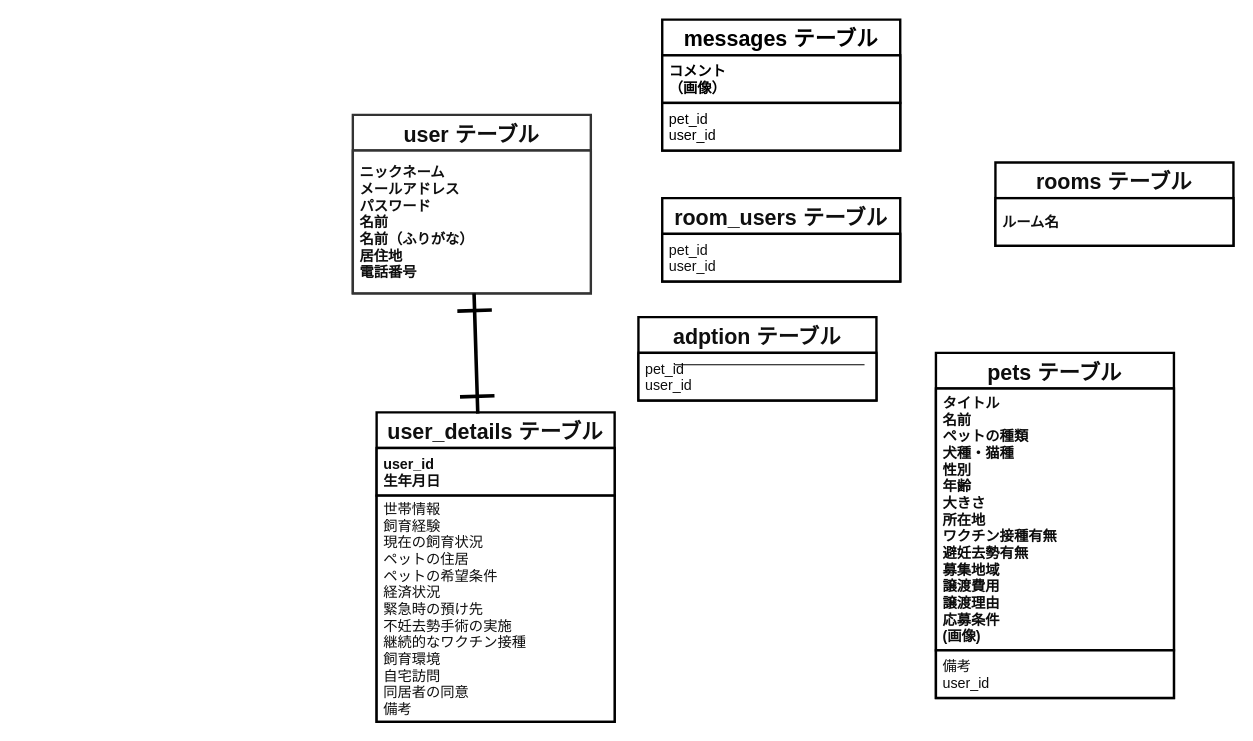
Above: ER.dio in aya-tsubono/share-pets (draw.io), before the change. Source tidied: cells renumbered, new cells numbered last; positions are measured from the earlier drawing's top-left corner, leaving out a move shared by most shapes. Both pictures are drawn from the tidied source at 119%, with x=0, y=0 at pixel (352, 19).
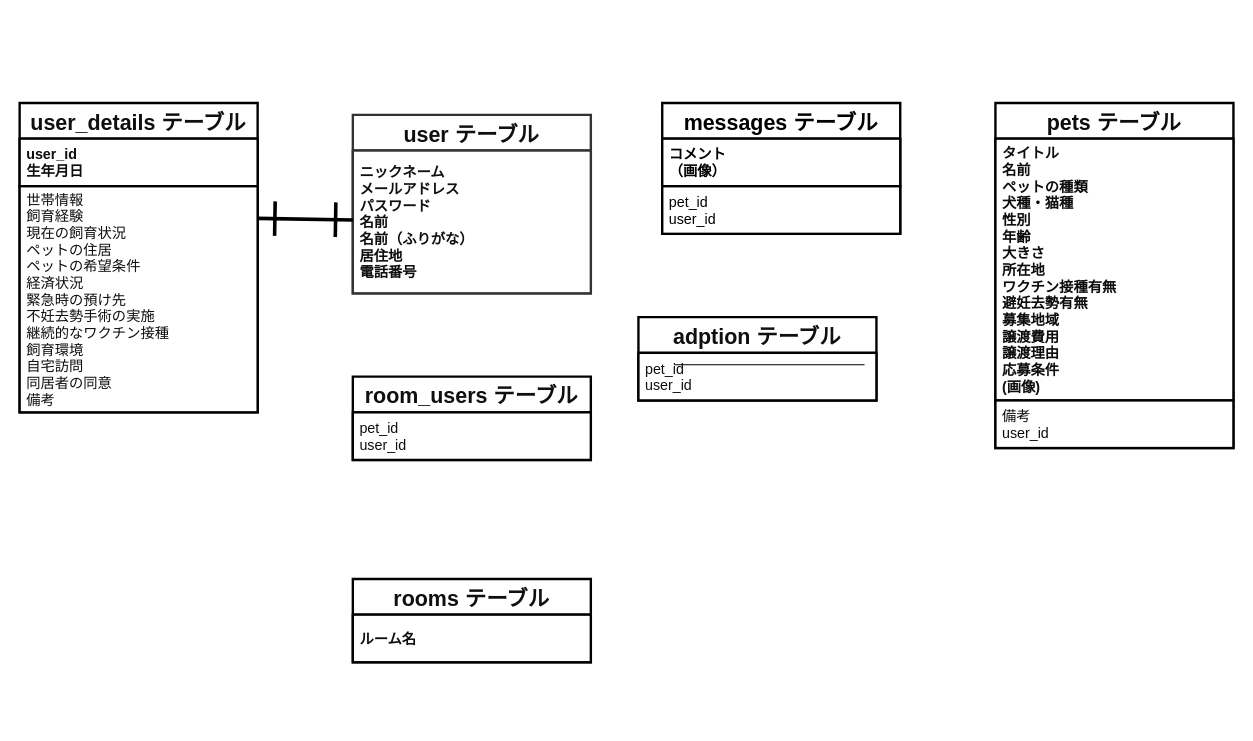
The same diagram, later.

Unchanged cells that the change refers to:
```xml
<mxCell id="3" value="ニックネーム&#10;メールアドレス&#10;パスワード&#10;名前&#10;名前（ふりがな）&#10;居住地&#10;電話番号" style="text;spacingLeft=4;spacingRight=4;overflow=hidden;points=[[0,0.5],[1,0.5]];portConstraint=eastwest;fontSize=12;verticalAlign=middle;fontStyle=1;strokeWidth=2;fillColor=#FFFFFF;strokeColor=#333333;fontColor=#0F0F0F;" parent="2" vertex="1">
  <mxGeometry y="30" width="200" height="120" as="geometry" />
</mxCell>
<mxCell id="12" value="世帯情報&#10;飼育経験&#10;現在の飼育状況&#10;ペットの住居&#10;ペットの希望条件&#10;経済状況&#10;緊急時の預け先&#10;不妊去勢手術の実施&#10;継続的なワクチン接種&#10;飼育環境&#10;自宅訪問&#10;同居者の同意&#10;備考" style="text;spacingLeft=4;spacingRight=4;overflow=hidden;points=[[0,0.5],[1,0.5]];portConstraint=eastwest;fontSize=12;verticalAlign=middle;fontStyle=0;strokeWidth=2;strokeColor=#000000;fontColor=#0F0F0F;fillColor=#FFFFFF;" parent="10" vertex="1">
  <mxGeometry y="70" width="200" height="190" as="geometry" />
</mxCell>
```

Diff of the diagram source:
```diff
@@
     <mxCell id="4" value="pets テーブル" style="swimlane;fontStyle=1;horizontal=1;startSize=30;align=center;fontSize=18;strokeWidth=2;strokeColor=#000000;fontColor=#0D0D0D;fillColor=#FFFFFF;" parent="1" vertex="1">
-      <mxGeometry x="490" y="280" width="200" height="290" as="geometry" />
+      <mxGeometry x="540" y="70" width="200" height="290" as="geometry" />
     </mxCell>
@@
     <mxCell id="7" value="messages テーブル" style="swimlane;fontStyle=1;horizontal=1;startSize=30;align=center;fontSize=18;strokeWidth=2;strokeColor=#000000;fillColor=#FFFFFF;fontColor=#000000;" parent="1" vertex="1">
-      <mxGeometry x="260" width="200" height="110" as="geometry" />
+      <mxGeometry x="260" y="70" width="200" height="110" as="geometry" />
     </mxCell>
@@
     <mxCell id="10" value="user_details テーブル" style="swimlane;fontStyle=1;horizontal=1;startSize=30;align=center;fontSize=18;strokeWidth=2;strokeColor=#000000;fontColor=#0F0F0F;fillColor=#FFFFFF;" parent="1" vertex="1">
-      <mxGeometry x="20" y="330" width="200" height="260" as="geometry" />
+      <mxGeometry x="-280" y="70" width="200" height="260" as="geometry" />
     </mxCell>
@@
     <mxCell id="13" value="rooms テーブル" style="swimlane;fontStyle=1;horizontal=1;startSize=30;align=center;fontSize=18;strokeWidth=2;strokeColor=#000000;fontColor=#0F0F0F;fillColor=#FFFFFF;" parent="1" vertex="1">
-      <mxGeometry x="540" y="120" width="200" height="70" as="geometry" />
+      <mxGeometry y="470" width="200" height="70" as="geometry" />
     </mxCell>
@@
     <mxCell id="15" value="room_users テーブル" style="swimlane;fontStyle=1;horizontal=1;startSize=30;align=center;fontSize=18;strokeWidth=2;strokeColor=#000000;fontColor=#0F0F0F;fillColor=#FFFFFF;" parent="1" vertex="1">
-      <mxGeometry x="260" y="150" width="200" height="70" as="geometry" />
+      <mxGeometry y="300" width="200" height="70" as="geometry" />
     </mxCell>
@@
-    <mxCell id="20" style="endArrow=ERone;html=1;endSize=25;strokeWidth=3;startSize=25;startArrow=ERone;startFill=0;endFill=0;exitX=0.425;exitY=0.004;exitDx=0;exitDy=0;exitPerimeter=0;" parent="1" edge="1" source="10" target="3">
+    <mxCell id="20" style="endArrow=ERone;html=1;endSize=25;strokeWidth=3;startSize=25;startArrow=ERone;startFill=0;endFill=0;exitX=1;exitY=0.142;exitDx=0;exitDy=0;exitPerimeter=0;" parent="1" edge="1" source="12" target="3">
       <mxGeometry relative="1" as="geometry" />
     </mxCell>
```
